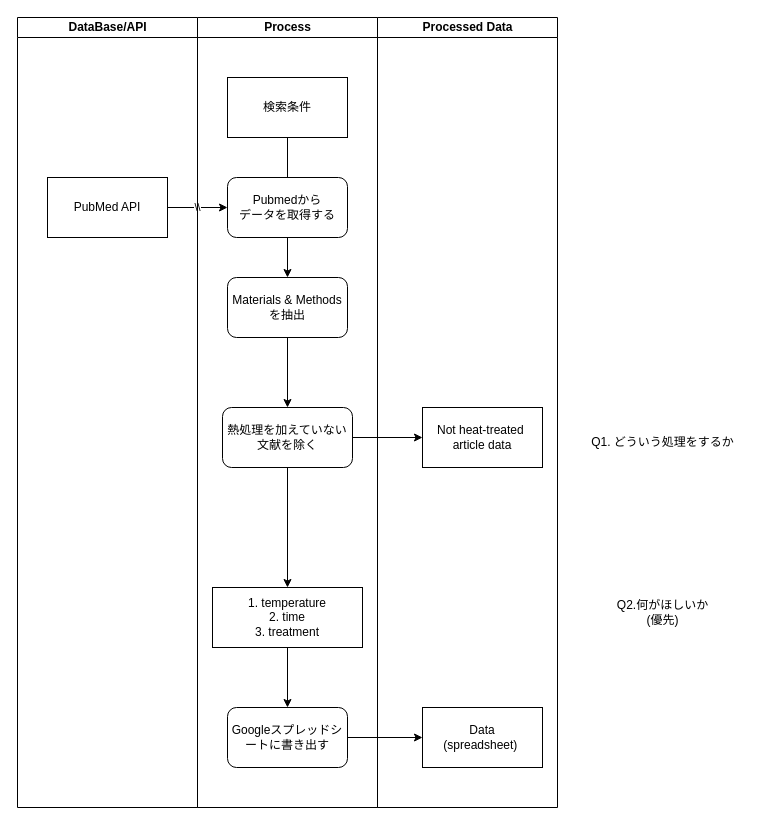
dogrun-inc/research_extract keeps this draw.io diagram as documents/yonezawa.drawio. Above is the earlier version. Source tidied: cells renumbered, new cells numbered last; positions are measured from the earlier drawing's top-left corner, leaving out a move shared by most shapes. Both pictures are drawn from the tidied source at 100%, with x=0, y=0 at pixel (17, 17).
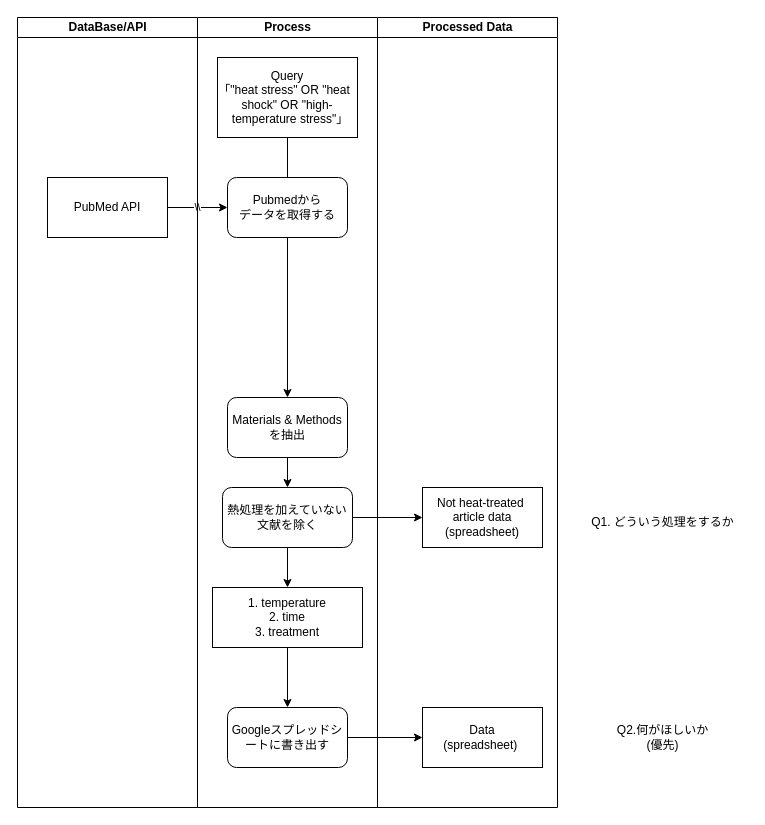
After the change.

Unchanged cells that the change refers to:
```xml
<mxCell id="6" value="Process&lt;br&gt;" style="swimlane;startSize=20;html=1;" parent="1" vertex="1">
  <mxGeometry x="180" width="180" height="790" as="geometry" />
</mxCell>
<mxCell id="10" value="Pubmedから&lt;br&gt;データを取得する" style="rounded=1;whiteSpace=wrap;html=1;" parent="6" vertex="1">
  <mxGeometry x="30" y="160" width="120" height="60" as="geometry" />
</mxCell>
<mxCell id="18" value="Processed Data" style="swimlane;startSize=20;html=1;" parent="1" vertex="1">
  <mxGeometry x="360" width="180" height="790" as="geometry" />
</mxCell>
```

The edit, as a diff of the source:
```diff
@@
-    <mxCell id="7" value="検索条件" style="rounded=0;whiteSpace=wrap;html=1;" parent="6" vertex="1">
-      <mxGeometry x="30" y="60" width="120" height="60" as="geometry" />
+    <mxCell id="7" value="Query&lt;br&gt;｢&quot;heat stress&quot; OR &quot;heat shock&quot; OR &quot;high-temperature stress&quot;｣" style="rounded=0;whiteSpace=wrap;html=1;" parent="6" vertex="1">
+      <mxGeometry x="20" y="40" width="140" height="80" as="geometry" />
     </mxCell>
@@
     <mxCell id="9" value="熱処理を加えていない文献を除く" style="rounded=1;whiteSpace=wrap;html=1;" parent="6" vertex="1">
-      <mxGeometry x="25" y="390" width="130" height="60" as="geometry" />
+      <mxGeometry x="25" y="470" width="130" height="60" as="geometry" />
     </mxCell>
@@
-    <mxCell id="11" style="endArrow=classic;html=1;exitX=0.5;exitY=1;exitDx=0;exitDy=0;" parent="6" edge="1" source="10">
-      <mxGeometry relative="1" as="geometry">
-        <mxPoint x="90" y="260" as="targetPoint" />
-      </mxGeometry>
+    <mxCell id="11" style="endArrow=classic;html=1;exitX=0.5;exitY=1;exitDx=0;exitDy=0;entryX=0.5;entryY=0;entryDx=0;entryDy=0;" parent="6" edge="1" source="10" target="13">
+      <mxGeometry relative="1" as="geometry" />
     </mxCell>
@@
     <mxCell id="13" value="Materials &amp;amp; Methods&lt;br&gt;を抽出" style="rounded=1;whiteSpace=wrap;html=1;" parent="6" vertex="1">
-      <mxGeometry x="30" y="260" width="120" height="60" as="geometry" />
+      <mxGeometry x="30" y="380" width="120" height="60" as="geometry" />
     </mxCell>
@@
-    <mxCell id="20" value="Not heat-treated&amp;nbsp;&lt;br&gt;article data" style="rounded=0;whiteSpace=wrap;html=1;" parent="18" vertex="1">
-      <mxGeometry x="45" y="390" width="120" height="60" as="geometry" />
+    <mxCell id="20" value="Not heat-treated&amp;nbsp;&lt;br&gt;article data&lt;br&gt;(spreadsheet)" style="rounded=0;whiteSpace=wrap;html=1;" parent="18" vertex="1">
+      <mxGeometry x="45" y="470" width="120" height="60" as="geometry" />
     </mxCell>
@@
     <mxCell id="22" value="Q1. どういう処理をするか" style="text;html=1;align=center;verticalAlign=middle;strokeColor=none;fillColor=none;" parent="1" vertex="1">
-      <mxGeometry x="560" y="410" width="170" height="30" as="geometry" />
+      <mxGeometry x="560" y="490" width="170" height="30" as="geometry" />
     </mxCell>
     <mxCell id="23" value="Q2.何がほしいか&lt;br&gt;(優先)" style="text;html=1;align=center;verticalAlign=middle;strokeColor=none;fillColor=none;" parent="1" vertex="1">
-      <mxGeometry x="590" y="575" width="110" height="40" as="geometry" />
+      <mxGeometry x="590" y="700" width="110" height="40" as="geometry" />
     </mxCell>
```
